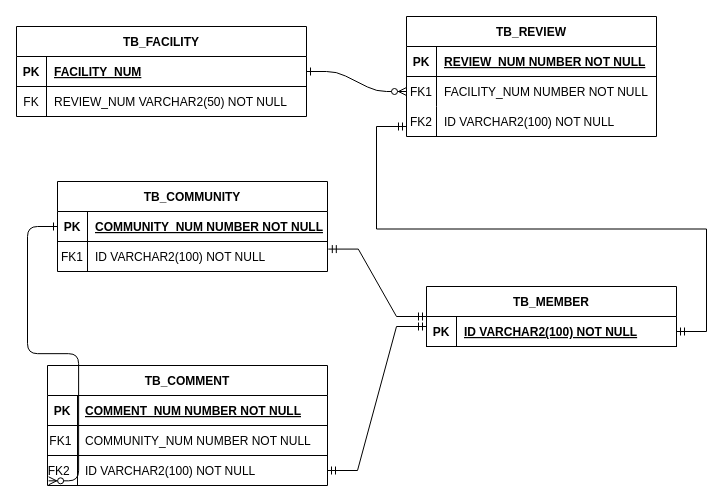
Before: document/제목 없는 다이어그램.drawio in rimgosu/ProjectStudy, a draw.io diagram. Source tidied: cells renumbered, new cells numbered last; positions are measured from the earlier drawing's top-left corner, leaving out a move shared by most shapes. Both pictures are drawn from the tidied source at 100%, with x=0, y=0 at pixel (16, 16).
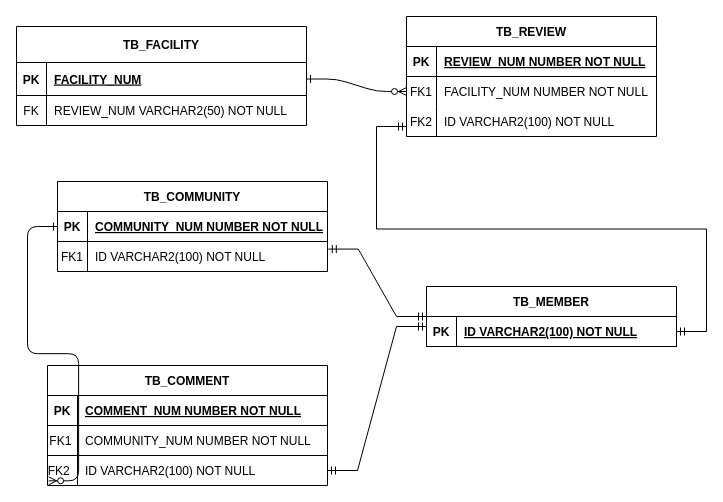
The same diagram, later.

Commit message:
제목 없는 다이어그램.drawio 업데이트

The edit, as a diff of the source:
```diff
@@
-    <mxCell id="17" value="TB_FACILITY" style="shape=table;startSize=30;childLayout=tableLayout;rowLines=0;fontStyle=1;align=center;" parent="1" vertex="1">
-      <mxGeometry y="10" width="290" height="90" as="geometry" />
+    <mxCell id="17" value="TB_FACILITY" style="shape=table;startSize=36;childLayout=tableLayout;rowLines=0;fontStyle=1;align=center;" parent="1" vertex="1">
+      <mxGeometry y="10" width="290" height="99" as="geometry" />
     </mxCell>
     <mxCell id="18" style="shape=partialRectangle;fillColor=none;points=[[0,0.5],[1,0.5]];portConstraint=eastwest;top=0;left=0;right=0;bottom=1;" parent="17" vertex="1">
-      <mxGeometry y="30" width="290" height="30" as="geometry" />
+      <mxGeometry y="36" width="290" height="33" as="geometry" />
     </mxCell>
     <mxCell id="19" value="PK" style="shape=partialRectangle;overflow=hidden;fillColor=none;top=0;left=0;bottom=0;right=0;fontStyle=1;" parent="18" vertex="1">
-      <mxGeometry width="30" height="30" as="geometry" />
+      <mxGeometry width="30" height="33" as="geometry" />
     </mxCell>
     <mxCell id="20" value="FACILITY_NUM" style="shape=partialRectangle;overflow=hidden;fillColor=none;top=0;left=0;bottom=0;right=0;align=left;spacingLeft=6;fontStyle=5;" parent="18" vertex="1">
-      <mxGeometry x="30" width="260" height="30" as="geometry" />
+      <mxGeometry x="30" width="260" height="33" as="geometry" />
     </mxCell>
     <mxCell id="21" style="shape=partialRectangle;fillColor=none;top=0;left=0;right=0;bottom=0;" parent="17" vertex="1">
-      <mxGeometry y="60" width="290" height="30" as="geometry" />
+      <mxGeometry y="69" width="290" height="30" as="geometry" />
     </mxCell>
```
